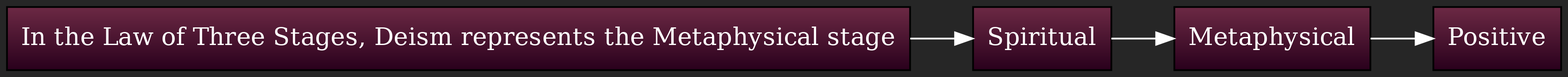
Above: graphs/In_the_Law_of_Three_Stages,_Deism_represents_the_Metaphysical_stage.png in julianfl0w/Deism (Graphviz), before the change. Its source is kept beside it as graphs/In_the_Law_of_Three_Stages,_Deism_represents_the_Metaphysical_stage.dot. Its diagram source:
```dot
digraph D {
rankdir = LR
style = filled
fontcolor = white
color = white
bgcolor = "#262626"
gradientangle = 0
dpi = 300
"cluster_89" [rankdir=LR, shape=box, color=black, fontcolor=white, fillcolor="#6C2944:#29001C", style=filled, gradientangle=270.05, label="In the Law of Three Stages, Deism represents the Metaphysical stage"]
"cluster_90" [rankdir=LR, shape=box, color=black, fontcolor=white, fillcolor="#6C2944:#29001C", style=filled, gradientangle=270.05, label="Spiritual"]
"cluster_91" [rankdir=LR, shape=box, color=black, fontcolor=white, fillcolor="#6C2944:#29001C", style=filled, gradientangle=270.05, label="Metaphysical"]
"cluster_92" [rankdir=LR, shape=box, color=black, fontcolor=white, fillcolor="#6C2944:#29001C", style=filled, gradientangle=270.05, label="Positive"]
"cluster_91" -> "cluster_92" [color=white, penwidth=1, ltail="cluster_91", lhead="cluster_92"]
"cluster_90" -> "cluster_91" [color=white, penwidth=1, ltail="cluster_91", lhead="cluster_92"]
"cluster_89" -> "cluster_90" [color=white, penwidth=1, ltail="cluster_91", lhead="cluster_92"]
}
```
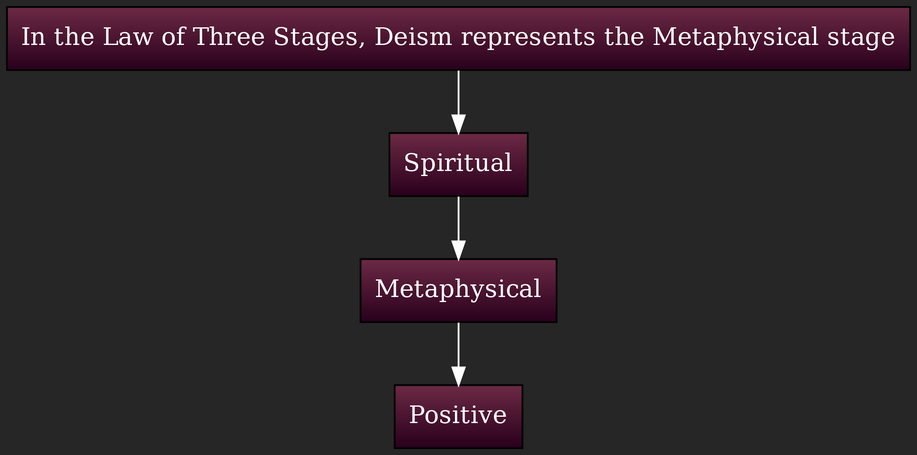
Later version of the same file.

Change to the diagram source:
```diff
@@ -1,16 +1,16 @@
 digraph D {
-rankdir = LR
+rankdir = TB
 style = filled
 fontcolor = white
 color = white
 bgcolor = "#262626"
 gradientangle = 0
 dpi = 300
-"cluster_89" [rankdir=LR, shape=box, color=black, fontcolor=white, fillcolor="#6C2944:#29001C", style=filled, gradientangle=270.05, label="In the Law of Three Stages, Deism represents the Metaphysical stage"]
-"cluster_90" [rankdir=LR, shape=box, color=black, fontcolor=white, fillcolor="#6C2944:#29001C", style=filled, gradientangle=270.05, label="Spiritual"]
-"cluster_91" [rankdir=LR, shape=box, color=black, fontcolor=white, fillcolor="#6C2944:#29001C", style=filled, gradientangle=270.05, label="Metaphysical"]
-"cluster_92" [rankdir=LR, shape=box, color=black, fontcolor=white, fillcolor="#6C2944:#29001C", style=filled, gradientangle=270.05, label="Positive"]
-"cluster_91" -> "cluster_92" [color=white, penwidth=1, ltail="cluster_91", lhead="cluster_92"]
-"cluster_90" -> "cluster_91" [color=white, penwidth=1, ltail="cluster_91", lhead="cluster_92"]
-"cluster_89" -> "cluster_90" [color=white, penwidth=1, ltail="cluster_91", lhead="cluster_92"]
+"cluster_91" [rankdir=TB, shape=box, color=black, fontcolor=white, fillcolor="#6C2944:#29001C", style=filled, gradientangle=270.05, label="In the Law of Three Stages, Deism represents the Metaphysical stage"]
+"cluster_92" [rankdir=TB, shape=box, color=black, fontcolor=white, fillcolor="#6C2944:#29001C", style=filled, gradientangle=270.05, label="Spiritual"]
+"cluster_93" [rankdir=TB, shape=box, color=black, fontcolor=white, fillcolor="#6C2944:#29001C", style=filled, gradientangle=270.05, label="Metaphysical"]
+"cluster_94" [rankdir=TB, shape=box, color=black, fontcolor=white, fillcolor="#6C2944:#29001C", style=filled, gradientangle=270.05, label="Positive"]
+"cluster_93" -> "cluster_94" [color=white, penwidth=1, ltail="cluster_93", lhead="cluster_94"]
+"cluster_92" -> "cluster_93" [color=white, penwidth=1, ltail="cluster_93", lhead="cluster_94"]
+"cluster_91" -> "cluster_92" [color=white, penwidth=1, ltail="cluster_93", lhead="cluster_94"]
 }
```
